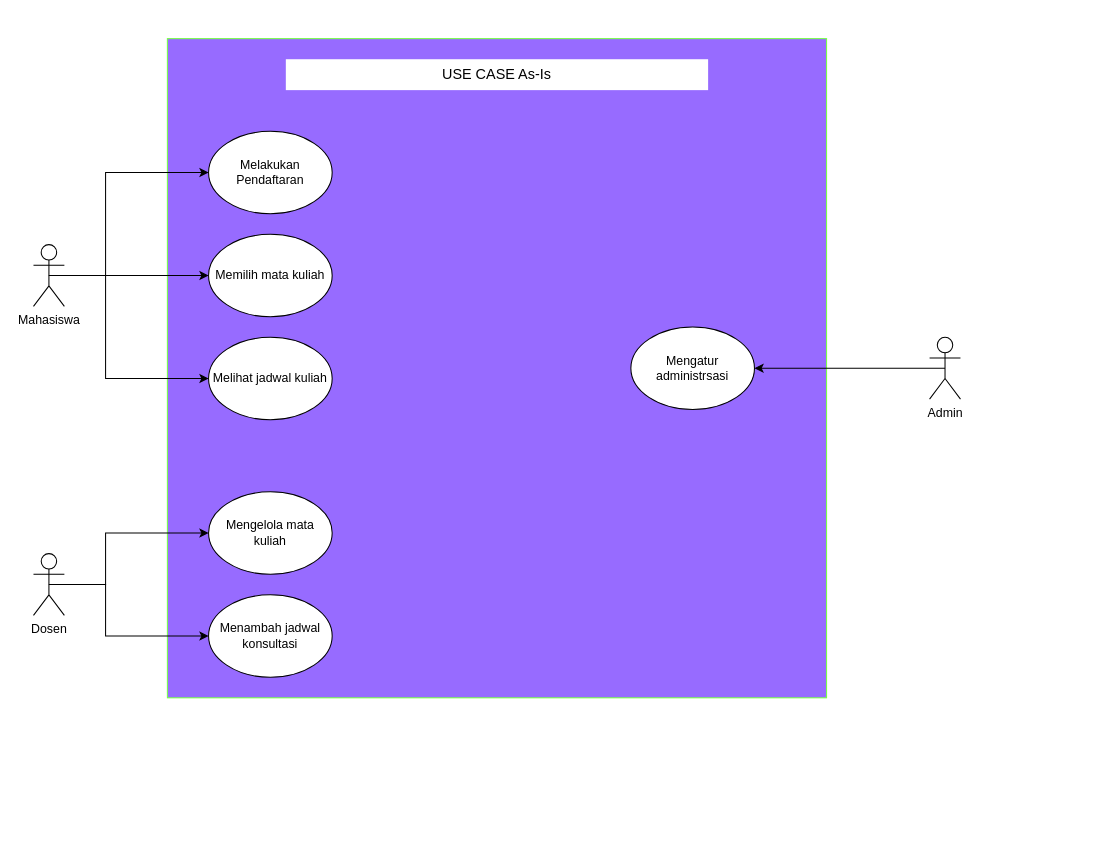
Above: Untitled Diagram.drawio in BintangFerinantama/Materi-PETRUK (draw.io), before the change. Source tidied: cells renumbered, new cells numbered last; positions are measured from the earlier drawing's top-left corner, leaving out a move shared by most shapes. Both pictures are drawn from the tidied source at 103%, with x=0, y=0 at pixel (33, 38).
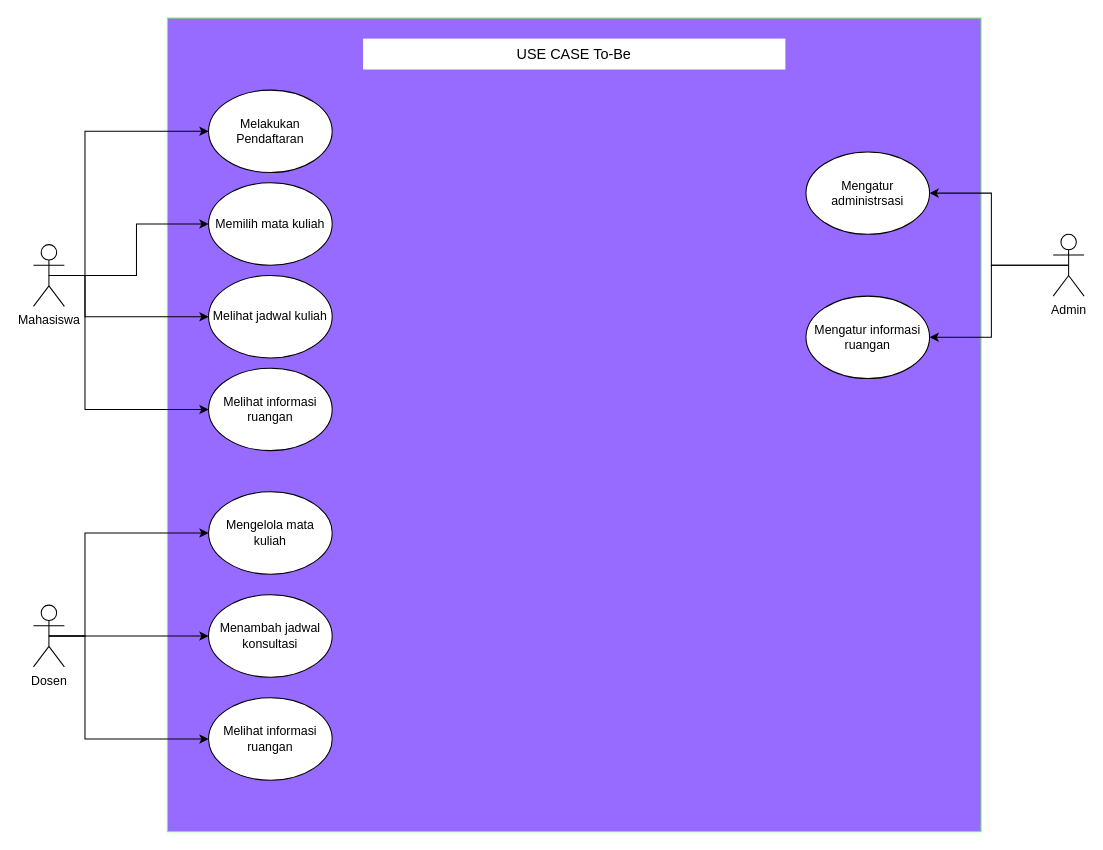
The same page after the edit.

Unchanged cells that the change refers to:
```xml
<mxCell id="7" value="Mengelola mata kuliah" style="ellipse;whiteSpace=wrap;html=1;" parent="1" vertex="1">
  <mxGeometry x="170" y="440" width="120" height="80" as="geometry" />
</mxCell>
<mxCell id="9" value="Menambah jadwal konsultasi" style="ellipse;whiteSpace=wrap;html=1;" parent="1" vertex="1">
  <mxGeometry x="170" y="540" width="120" height="80" as="geometry" />
</mxCell>
<mxCell id="13" value="Mahasiswa" style="shape=umlActor;verticalLabelPosition=bottom;verticalAlign=top;html=1;outlineConnect=0;" parent="1" vertex="1">
  <mxGeometry y="200" width="30" height="60" as="geometry" />
</mxCell>
```

What changed in the source:
```diff
@@
     <mxCell id="2" style="whiteSpace=wrap;html=1;strokeColor=#75FF42;fillColor=#976BFF;" parent="1" vertex="1">
-      <mxGeometry x="130" width="640" height="640" as="geometry" />
+      <mxGeometry x="130" y="-20" width="790" height="790" as="geometry" />
     </mxCell>
     <mxCell id="3" value="Melakukan Pendaftaran" style="ellipse;whiteSpace=wrap;html=1;" parent="1" vertex="1">
-      <mxGeometry x="170" y="90" width="120" height="80" as="geometry" />
+      <mxGeometry x="170" y="50" width="120" height="80" as="geometry" />
     </mxCell>
     <mxCell id="4" value="Memilih mata kuliah" style="ellipse;whiteSpace=wrap;html=1;" parent="1" vertex="1">
-      <mxGeometry x="170" y="190" width="120" height="80" as="geometry" />
+      <mxGeometry x="170" y="140" width="120" height="80" as="geometry" />
     </mxCell>
     <mxCell id="5" value="Melihat jadwal kuliah" style="ellipse;whiteSpace=wrap;html=1;" parent="1" vertex="1">
-      <mxGeometry x="170" y="290" width="120" height="80" as="geometry" />
+      <mxGeometry x="170" y="230" width="120" height="80" as="geometry" />
     </mxCell>
-    <mxCell id="6" value="&lt;font style=&quot;font-size: 14px;&quot;&gt;USE CASE As-Is&lt;/font&gt;" style="text;html=1;strokeColor=none;fillColor=#FFFFFF;align=center;verticalAlign=middle;whiteSpace=wrap;rounded=0;" parent="1" vertex="1">
-      <mxGeometry x="245" y="20" width="410" height="30" as="geometry" />
+    <mxCell id="6" value="&lt;font style=&quot;font-size: 14px;&quot;&gt;USE CASE To-Be&lt;/font&gt;" style="text;html=1;strokeColor=none;fillColor=#FFFFFF;align=center;verticalAlign=middle;whiteSpace=wrap;rounded=0;" parent="1" vertex="1">
+      <mxGeometry x="320" width="410" height="30" as="geometry" />
     </mxCell>
@@
     <mxCell id="8" value="Mengatur administrsasi" style="ellipse;whiteSpace=wrap;html=1;" parent="1" vertex="1">
-      <mxGeometry x="580" y="280" width="120" height="80" as="geometry" />
+      <mxGeometry x="750" y="110" width="120" height="80" as="geometry" />
     </mxCell>
@@
+    <mxCell id="11" style="edgeStyle=orthogonalEdgeStyle;rounded=0;jettySize=auto;html=1;exitX=0.5;exitY=0.5;exitDx=0;exitDy=0;exitPerimeter=0;entryX=0;entryY=0.5;entryDx=0;entryDy=0;" parent="1" edge="1" source="13" target="4">
+      <mxGeometry relative="1" as="geometry">
+        <Array as="points">
+          <mxPoint x="100" y="230" />
+          <mxPoint x="100" y="180" />
+        </Array>
+      </mxGeometry>
+    </mxCell>
     <mxCell id="10" style="edgeStyle=orthogonalEdgeStyle;rounded=0;jettySize=auto;html=1;exitX=0.5;exitY=0.5;exitDx=0;exitDy=0;exitPerimeter=0;entryX=0;entryY=0.5;entryDx=0;entryDy=0;" parent="1" edge="1" source="13" target="3">
       <mxGeometry relative="1" as="geometry">
         <Array as="points">
-          <mxPoint x="70" y="230" />
-          <mxPoint x="70" y="130" />
+          <mxPoint x="50" y="230" />
+          <mxPoint x="50" y="90" />
         </Array>
       </mxGeometry>
     </mxCell>
-    <mxCell id="11" style="edgeStyle=orthogonalEdgeStyle;rounded=0;jettySize=auto;html=1;exitX=0.5;exitY=0.5;exitDx=0;exitDy=0;exitPerimeter=0;entryX=0;entryY=0.5;entryDx=0;entryDy=0;" parent="1" edge="1" source="13" target="4">
-      <mxGeometry relative="1" as="geometry" />
-    </mxCell>
     <mxCell id="12" style="edgeStyle=orthogonalEdgeStyle;rounded=0;jettySize=auto;html=1;exitX=0.5;exitY=0.5;exitDx=0;exitDy=0;exitPerimeter=0;entryX=0;entryY=0.5;entryDx=0;entryDy=0;" parent="1" edge="1" source="13" target="5">
       <mxGeometry relative="1" as="geometry">
         <Array as="points">
-          <mxPoint x="70" y="230" />
-          <mxPoint x="70" y="330" />
+          <mxPoint x="50" y="230" />
+          <mxPoint x="50" y="270" />
         </Array>
       </mxGeometry>
     </mxCell>
+    <mxCell id="19" style="edgeStyle=orthogonalEdgeStyle;rounded=0;jettySize=auto;html=1;exitX=0.5;exitY=0.5;exitDx=0;exitDy=0;exitPerimeter=0;entryX=0;entryY=0.5;entryDx=0;entryDy=0;" parent="1" edge="1" source="13" target="22">
+      <mxGeometry relative="1" as="geometry">
+        <Array as="points">
+          <mxPoint x="50" y="230" />
+          <mxPoint x="50" y="360" />
+        </Array>
+      </mxGeometry>
+    </mxCell>
@@
     <mxCell id="14" style="edgeStyle=orthogonalEdgeStyle;rounded=0;jettySize=auto;html=1;exitX=0.5;exitY=0.5;exitDx=0;exitDy=0;exitPerimeter=0;entryX=0;entryY=0.5;entryDx=0;entryDy=0;" parent="1" edge="1" source="16" target="7">
       <mxGeometry relative="1" as="geometry">
         <Array as="points">
-          <mxPoint x="70" y="530" />
-          <mxPoint x="70" y="480" />
+          <mxPoint x="50" y="580" />
+          <mxPoint x="50" y="480" />
         </Array>
       </mxGeometry>
     </mxCell>
     <mxCell id="15" style="edgeStyle=orthogonalEdgeStyle;rounded=0;jettySize=auto;html=1;exitX=0.5;exitY=0.5;exitDx=0;exitDy=0;exitPerimeter=0;entryX=0;entryY=0.5;entryDx=0;entryDy=0;" parent="1" edge="1" source="16" target="9">
-      <mxGeometry relative="1" as="geometry">
-        <Array as="points">
-          <mxPoint x="70" y="530" />
-          <mxPoint x="70" y="580" />
-        </Array>
-      </mxGeometry>
+      <mxGeometry relative="1" as="geometry" />
     </mxCell>
+    <mxCell id="20" style="edgeStyle=orthogonalEdgeStyle;rounded=0;jettySize=auto;html=1;exitX=0.5;exitY=0.5;exitDx=0;exitDy=0;exitPerimeter=0;entryX=0;entryY=0.5;entryDx=0;entryDy=0;" parent="1" edge="1" source="16" target="23">
+      <mxGeometry relative="1" as="geometry">
+        <Array as="points">
+          <mxPoint x="50" y="580" />
+          <mxPoint x="50" y="680" />
+        </Array>
+      </mxGeometry>
+    </mxCell>
     <mxCell id="16" value="Dosen" style="shape=umlActor;verticalLabelPosition=bottom;verticalAlign=top;html=1;outlineConnect=0;" parent="1" vertex="1">
-      <mxGeometry y="500" width="30" height="60" as="geometry" />
+      <mxGeometry y="550" width="30" height="60" as="geometry" />
     </mxCell>
@@
+    <mxCell id="21" style="edgeStyle=orthogonalEdgeStyle;rounded=0;jettySize=auto;html=1;exitX=0.5;exitY=0.5;exitDx=0;exitDy=0;exitPerimeter=0;entryX=1;entryY=0.5;entryDx=0;entryDy=0;" parent="1" edge="1" source="18" target="24">
+      <mxGeometry relative="1" as="geometry" />
+    </mxCell>
     <mxCell id="18" value="Admin" style="shape=umlActor;verticalLabelPosition=bottom;verticalAlign=top;html=1;outlineConnect=0;" parent="1" vertex="1">
-      <mxGeometry x="870" y="290" width="30" height="60" as="geometry" />
+      <mxGeometry x="990" y="190" width="30" height="60" as="geometry" />
     </mxCell>
+    <mxCell id="22" value="Melihat informasi ruangan" style="ellipse;whiteSpace=wrap;html=1;" parent="1" vertex="1">
+      <mxGeometry x="170" y="320" width="120" height="80" as="geometry" />
+    </mxCell>
+    <mxCell id="23" value="Melihat informasi ruangan" style="ellipse;whiteSpace=wrap;html=1;" parent="1" vertex="1">
+      <mxGeometry x="170" y="640" width="120" height="80" as="geometry" />
+    </mxCell>
+    <mxCell id="24" value="Mengatur informasi ruangan" style="ellipse;whiteSpace=wrap;html=1;" parent="1" vertex="1">
+      <mxGeometry x="750" y="250" width="120" height="80" as="geometry" />
+    </mxCell>
```
